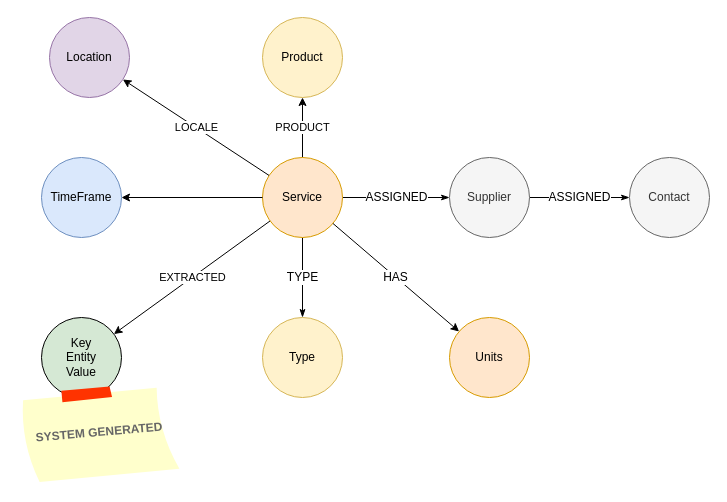
Earlier version of the draw.io diagram page "Catalogue DataModel" (10 of 17) of images/COVID19.Catalogue.drawio (ThatDaveStevens/covid19CatalogServices). Source tidied: cells renumbered, new cells numbered last; positions are measured from the earlier drawing's top-left corner, leaving out a move shared by most shapes. Both pictures are drawn from the tidied source at 100%, with x=0, y=0 at pixel (21, 17).
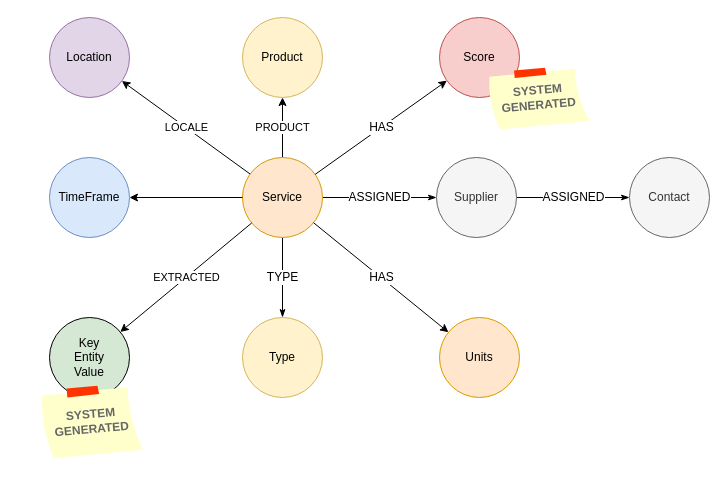
The same page after the edit.

The edit, as a diff of the source:
```diff
@@
     <mxCell id="5" value="Supplier" style="ellipse;whiteSpace=wrap;html=1;fillColor=#f5f5f5;strokeColor=#666666;fontColor=#333333;" parent="1" vertex="1">
-      <mxGeometry x="428" y="140" width="80" height="80" as="geometry" />
+      <mxGeometry x="415" y="140" width="80" height="80" as="geometry" />
     </mxCell>
@@
     <mxCell id="8" value="Service" style="ellipse;whiteSpace=wrap;html=1;fillColor=#ffe6cc;strokeColor=#d79b00;" parent="1" vertex="1">
-      <mxGeometry x="241" y="140" width="80" height="80" as="geometry" />
+      <mxGeometry x="221" y="140" width="80" height="80" as="geometry" />
     </mxCell>
@@
     <mxCell id="10" value="TimeFrame" style="ellipse;whiteSpace=wrap;html=1;fillColor=#dae8fc;strokeColor=#6c8ebf;" parent="1" vertex="1">
-      <mxGeometry x="20" y="140" width="80" height="80" as="geometry" />
+      <mxGeometry x="28" y="140" width="80" height="80" as="geometry" />
     </mxCell>
     <mxCell id="11" value="Key&lt;br&gt;Entity&lt;br&gt;Value" style="ellipse;whiteSpace=wrap;html=1;fillColor=#d5e8d4;strokeColor=#000000;" parent="1" vertex="1">
-      <mxGeometry x="20" y="300" width="80" height="80" as="geometry" />
+      <mxGeometry x="28" y="300" width="80" height="80" as="geometry" />
     </mxCell>
@@
     <mxCell id="14" value="Product" style="ellipse;whiteSpace=wrap;html=1;fillColor=#fff2cc;strokeColor=#d6b656;" parent="1" vertex="1">
-      <mxGeometry x="241" width="80" height="80" as="geometry" />
+      <mxGeometry x="221" width="80" height="80" as="geometry" />
     </mxCell>
@@
     <mxCell id="16" value="SYSTEM GENERATED" style="strokeWidth=1;shadow=0;dashed=0;align=center;html=1;shape=mxgraph.mockup.text.stickyNote;fontColor=#666666;mainText=;fontSize=12;whiteSpace=wrap;fontStyle=1;rotation=-5;" parent="1" vertex="1">
-      <mxGeometry y="370" width="156" height="90" as="geometry" />
+      <mxGeometry x="20" y="369" width="100" height="69" as="geometry" />
     </mxCell>
     <mxCell id="17" value="Type" style="ellipse;whiteSpace=wrap;html=1;fillColor=#fff2cc;strokeColor=#d6b656;" parent="1" vertex="1">
-      <mxGeometry x="241" y="300" width="80" height="80" as="geometry" />
+      <mxGeometry x="221" y="300" width="80" height="80" as="geometry" />
     </mxCell>
     <mxCell id="18" value="Units" style="ellipse;whiteSpace=wrap;html=1;fillColor=#ffe6cc;strokeColor=#d79b00;" parent="1" vertex="1">
-      <mxGeometry x="428" y="300" width="80" height="80" as="geometry" />
+      <mxGeometry x="418" y="300" width="80" height="80" as="geometry" />
     </mxCell>
@@
+    <mxCell id="20" value="Score" style="ellipse;whiteSpace=wrap;html=1;fontSize=12;fillColor=#f8cecc;strokeColor=#b85450;" parent="1" vertex="1">
+      <mxGeometry x="418" width="80" height="80" as="geometry" />
+    </mxCell>
+    <mxCell id="21" value="HAS" style="endArrow=classic;html=1;fontSize=12;" parent="1" edge="1" source="8" target="20">
+      <mxGeometry relative="1" as="geometry" />
+    </mxCell>
+    <mxCell id="22" value="SYSTEM GENERATED" style="strokeWidth=1;shadow=0;dashed=0;align=center;html=1;shape=mxgraph.mockup.text.stickyNote;fontColor=#666666;mainText=;fontSize=12;whiteSpace=wrap;fontStyle=1;rotation=-5;" parent="1" vertex="1">
+      <mxGeometry x="467" y="51" width="100" height="58" as="geometry" />
+    </mxCell>
```
